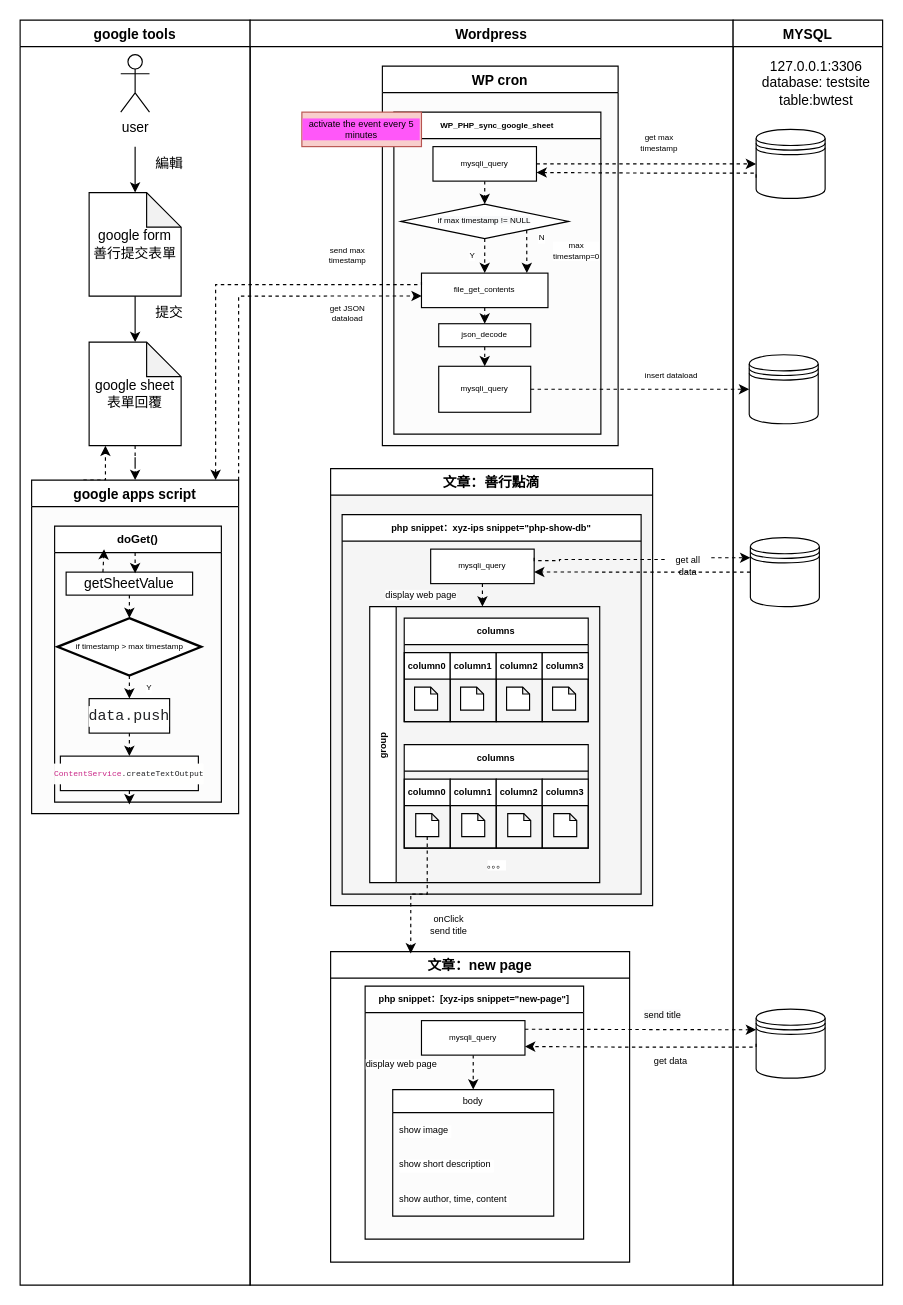
kd40629rtlrtl/bwtest_do_good_things_records keeps this draw.io diagram as 善行點滴流程圖.drawio. Above is the earlier version. Source tidied: cells renumbered, new cells numbered last; positions are measured from the earlier drawing's top-left corner, leaving out a move shared by most shapes. Both pictures are drawn from the tidied source at 115%, with x=0, y=0 at pixel (20, 20).
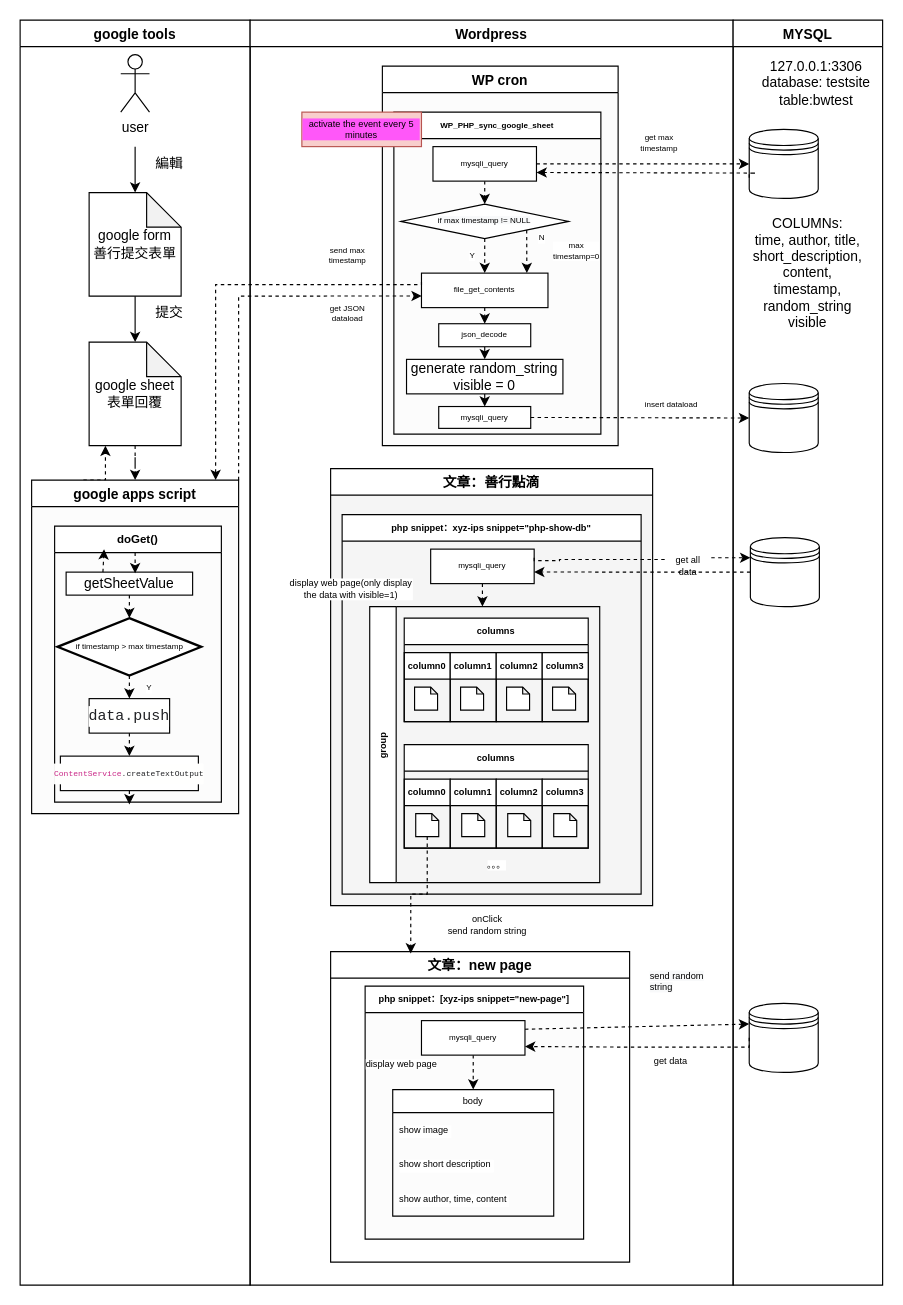
The same diagram, later.

Commit message:
更新善行點滴流程圖.drawio

Unchanged cells that the change refers to:
```xml
<mxCell id="22" value="Wordpress" style="swimlane;swimlaneFillColor=none;fillColor=default;" parent="1" vertex="1">
  <mxGeometry x="200" width="420" height="1100" as="geometry" />
</mxCell>
<mxCell id="25" value="WP_PHP_sync_google_sheet" style="swimlane;fontSize=7;" parent="24" vertex="1">
  <mxGeometry x="10" y="40" width="180" height="280" as="geometry" />
</mxCell>
<mxCell id="31" value="json_decode" style="rounded=0;whiteSpace=wrap;html=1;labelBackgroundColor=#FFFFFF;labelBorderColor=none;fontSize=7;" parent="25" vertex="1">
  <mxGeometry x="39" y="184" width="80" height="20" as="geometry" />
</mxCell>
<mxCell id="44" value="php snippet：xyz-ips snippet=&quot;php-show-db&quot;" style="swimlane;labelBackgroundColor=#FFFFFF;labelBorderColor=none;fontSize=8;" parent="43" vertex="1">
  <mxGeometry x="10" y="40" width="260" height="330" as="geometry" />
</mxCell>
<mxCell id="83" value="MYSQL" style="swimlane;" parent="1" vertex="1">
  <mxGeometry x="620" width="130" height="1100" as="geometry" />
</mxCell>
```

What changed in the source:
```diff
@@
-    <mxCell id="30" style="edgeStyle=orthogonalEdgeStyle;rounded=0;jettySize=auto;html=1;exitX=0.5;exitY=1;exitDx=0;exitDy=0;entryX=0.5;entryY=0;entryDx=0;entryDy=0;dashed=1;labelBackgroundColor=#99FFFF;labelBorderColor=#99FFFF;fontSize=7;" parent="25" edge="1" source="31" target="32">
-      <mxGeometry relative="1" as="geometry" />
-    </mxCell>
+    <mxCell id="101" style="edgeStyle=orthogonalEdgeStyle;rounded=0;jettySize=auto;html=1;exitX=0.5;exitY=1;exitDx=0;exitDy=0;entryX=0.5;entryY=0;entryDx=0;entryDy=0;" parent="25" edge="1" source="31" target="103">
+      <mxGeometry relative="1" as="geometry" />
+    </mxCell>
@@
     <mxCell id="32" value="mysqli_query" style="rounded=0;whiteSpace=wrap;html=1;labelBackgroundColor=#FFFFFF;labelBorderColor=none;fontSize=7;" parent="25" vertex="1">
-      <mxGeometry x="39" y="221" width="80" height="40" as="geometry" />
+      <mxGeometry x="39" y="256" width="80" height="19" as="geometry" />
     </mxCell>
@@
+    <mxCell id="102" style="edgeStyle=orthogonalEdgeStyle;rounded=0;jettySize=auto;html=1;exitX=0.5;exitY=1;exitDx=0;exitDy=0;entryX=0.5;entryY=0;entryDx=0;entryDy=0;" parent="25" edge="1" source="103" target="32">
+      <mxGeometry relative="1" as="geometry" />
+    </mxCell>
+    <mxCell id="103" value="generate random_string&lt;br&gt;visible = 0" style="rounded=0;whiteSpace=wrap;html=1;" parent="25" vertex="1">
+      <mxGeometry x="11" y="215" width="136" height="30" as="geometry" />
+    </mxCell>
@@
-    <mxCell id="67" value="display web page" style="text;html=1;strokeColor=none;fillColor=none;align=center;verticalAlign=middle;whiteSpace=wrap;rounded=0;labelBackgroundColor=#FFFFFF;labelBorderColor=none;fontSize=8;" parent="44" vertex="1">
-      <mxGeometry x="14" y="64.5" width="110" height="10" as="geometry" />
-    </mxCell>
@@
-    <mxCell id="76" value="&lt;span style=&quot;color: rgb(0, 0, 0); font-family: Helvetica; font-size: 8px; font-style: normal; font-variant-ligatures: normal; font-variant-caps: normal; font-weight: 400; letter-spacing: normal; orphans: 2; text-align: center; text-indent: 0px; text-transform: none; widows: 2; word-spacing: 0px; -webkit-text-stroke-width: 0px; background-color: rgb(248, 249, 250); text-decoration-thickness: initial; text-decoration-style: initial; text-decoration-color: initial; float: none; display: inline !important;&quot;&gt;send title&lt;/span&gt;" style="text;whiteSpace=wrap;html=1;fontSize=8;" parent="22" vertex="1">
-      <mxGeometry x="341" y="854" width="70" height="20" as="geometry" />
+    <mxCell id="76" value="&lt;span style=&quot;color: rgb(0, 0, 0); font-family: Helvetica; font-size: 8px; font-style: normal; font-variant-ligatures: normal; font-variant-caps: normal; font-weight: 400; letter-spacing: normal; orphans: 2; text-align: center; text-indent: 0px; text-transform: none; widows: 2; word-spacing: 0px; -webkit-text-stroke-width: 0px; background-color: rgb(248, 249, 250); text-decoration-thickness: initial; text-decoration-style: initial; text-decoration-color: initial; float: none; display: inline !important;&quot;&gt;send random string&lt;/span&gt;" style="text;whiteSpace=wrap;html=1;fontSize=8;" parent="22" vertex="1">
+      <mxGeometry x="346" y="820" width="70" height="20" as="geometry" />
     </mxCell>
@@
-    <mxCell id="78" value="onClick&lt;br&gt;send title" style="text;html=1;strokeColor=none;fillColor=none;align=center;verticalAlign=middle;whiteSpace=wrap;rounded=0;labelBackgroundColor=#FFFFFF;labelBorderColor=none;fontSize=8;" parent="22" vertex="1">
-      <mxGeometry x="143" y="772" width="60" height="30" as="geometry" />
+    <mxCell id="78" value="onClick&lt;br&gt;send random string" style="text;html=1;strokeColor=none;fillColor=none;align=center;verticalAlign=middle;whiteSpace=wrap;rounded=0;labelBackgroundColor=#FFFFFF;labelBorderColor=none;fontSize=8;" parent="22" vertex="1">
+      <mxGeometry x="143" y="772" width="127" height="30" as="geometry" />
     </mxCell>
@@
     <mxCell id="80" value="insert dataload" style="text;html=1;strokeColor=none;fillColor=none;align=center;verticalAlign=middle;whiteSpace=wrap;rounded=0;labelBackgroundColor=#FFFFFF;labelBorderColor=none;fontSize=7;" parent="22" vertex="1">
-      <mxGeometry x="320.5" y="295" width="91" height="30" as="geometry" />
+      <mxGeometry x="320.5" y="320" width="91" height="30" as="geometry" />
     </mxCell>
@@
+    <mxCell id="67" value="display web page(only display the data with visible=1)" style="text;html=1;strokeColor=none;fillColor=none;align=center;verticalAlign=middle;whiteSpace=wrap;rounded=0;labelBackgroundColor=#FFFFFF;labelBorderColor=none;fontSize=8;" parent="22" vertex="1">
+      <mxGeometry x="33" y="490" width="110" height="10" as="geometry" />
+    </mxCell>
@@
     <mxCell id="84" style="shape=datastore;whiteSpace=wrap;html=1;labelBackgroundColor=#FFFFFF;labelBorderColor=none;fontSize=7;" parent="83" vertex="1">
-      <mxGeometry x="20" y="95" width="60" height="60" as="geometry" />
+      <mxGeometry x="14" y="95" width="60" height="60" as="geometry" />
     </mxCell>
     <mxCell id="85" style="shape=datastore;whiteSpace=wrap;html=1;labelBackgroundColor=#FFFFFF;labelBorderColor=none;fontSize=7;" parent="83" vertex="1">
-      <mxGeometry x="14" y="291" width="60" height="60" as="geometry" />
+      <mxGeometry x="14" y="316" width="60" height="60" as="geometry" />
     </mxCell>
@@
     <mxCell id="87" style="shape=datastore;whiteSpace=wrap;html=1;labelBackgroundColor=#FFFFFF;labelBorderColor=none;fontSize=8;" parent="83" vertex="1">
-      <mxGeometry x="20" y="860" width="60" height="60" as="geometry" />
+      <mxGeometry x="14" y="855" width="60" height="60" as="geometry" />
     </mxCell>
@@
+    <mxCell id="104" value="COLUMNs:&lt;br&gt;time, author, title, short_description, content, timestamp, random_string&lt;br&gt;visible" style="text;html=1;strokeColor=none;fillColor=none;align=center;verticalAlign=middle;whiteSpace=wrap;rounded=0;" parent="83" vertex="1">
+      <mxGeometry x="35" y="205" width="60" height="30" as="geometry" />
+    </mxCell>
@@
-    <mxCell id="99" style="edgeStyle=orthogonalEdgeStyle;rounded=0;jettySize=auto;html=1;exitX=1;exitY=0.5;exitDx=0;exitDy=0;entryX=0;entryY=0.5;entryDx=0;entryDy=0;dashed=1;labelBackgroundColor=#99FFFF;labelBorderColor=#99FFFF;fontSize=12;" parent="1" edge="1" source="32" target="85">
-      <mxGeometry relative="1" as="geometry" />
+    <mxCell id="99" style="edgeStyle=orthogonalEdgeStyle;rounded=0;jettySize=auto;html=1;exitX=1;exitY=0.5;exitDx=0;exitDy=0;entryX=0;entryY=0.5;entryDx=0;entryDy=0;dashed=1;labelBackgroundColor=#99FFFF;labelBorderColor=#99FFFF;fontSize=12;" parent="1" edge="1" target="85">
+      <mxGeometry relative="1" as="geometry">
+        <mxPoint x="444" y="345.5" as="sourcePoint" />
+      </mxGeometry>
     </mxCell>
```
